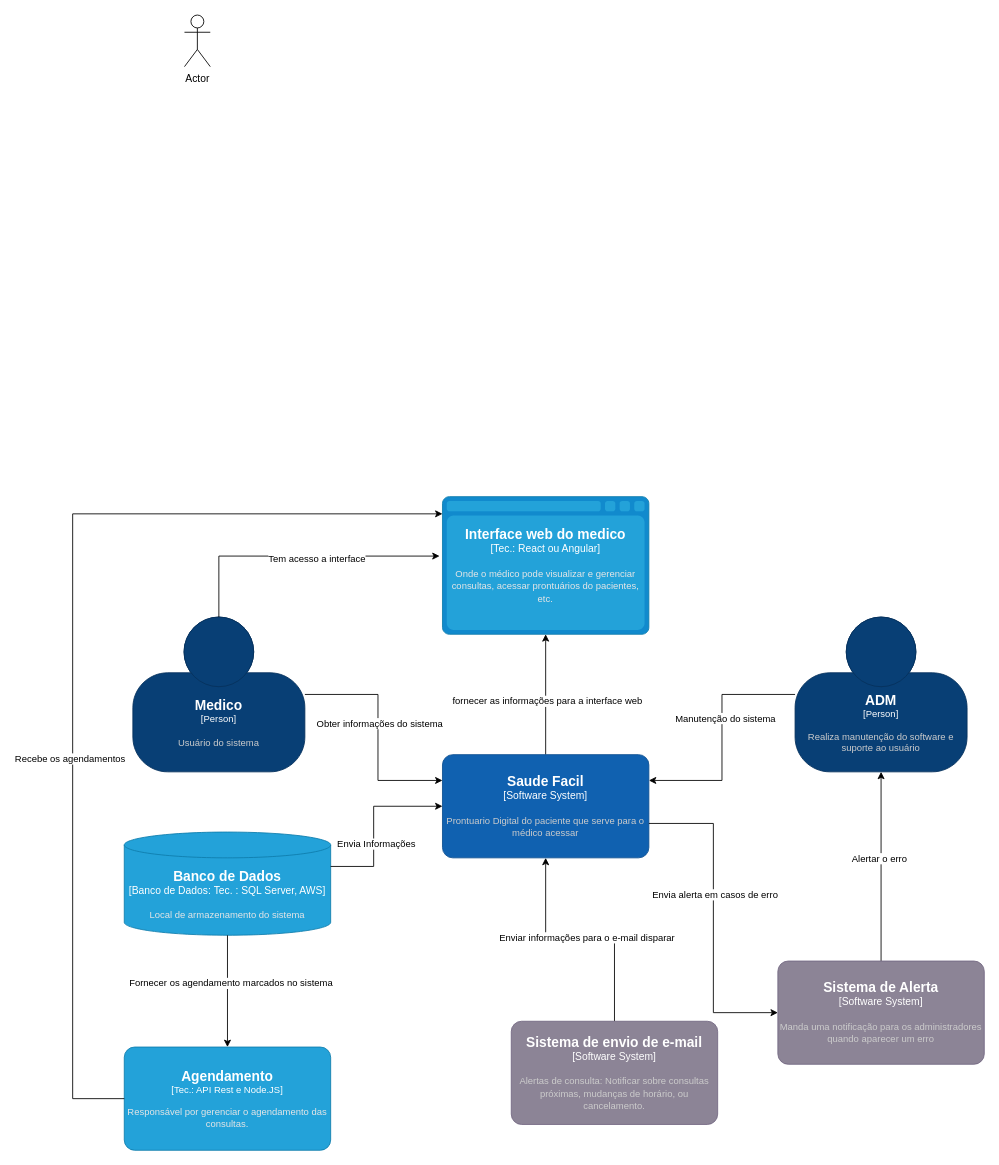
The draw.io diagram Diagrama sem nome.drawio in WillianDametto/PIM-Faculdade, before the edit. Source tidied: cells renumbered, new cells numbered last; positions are measured from the earlier drawing's top-left corner, leaving out a move shared by most shapes. Both pictures are drawn from the tidied source at 86%, with x=0, y=0 at pixel (72, 15).
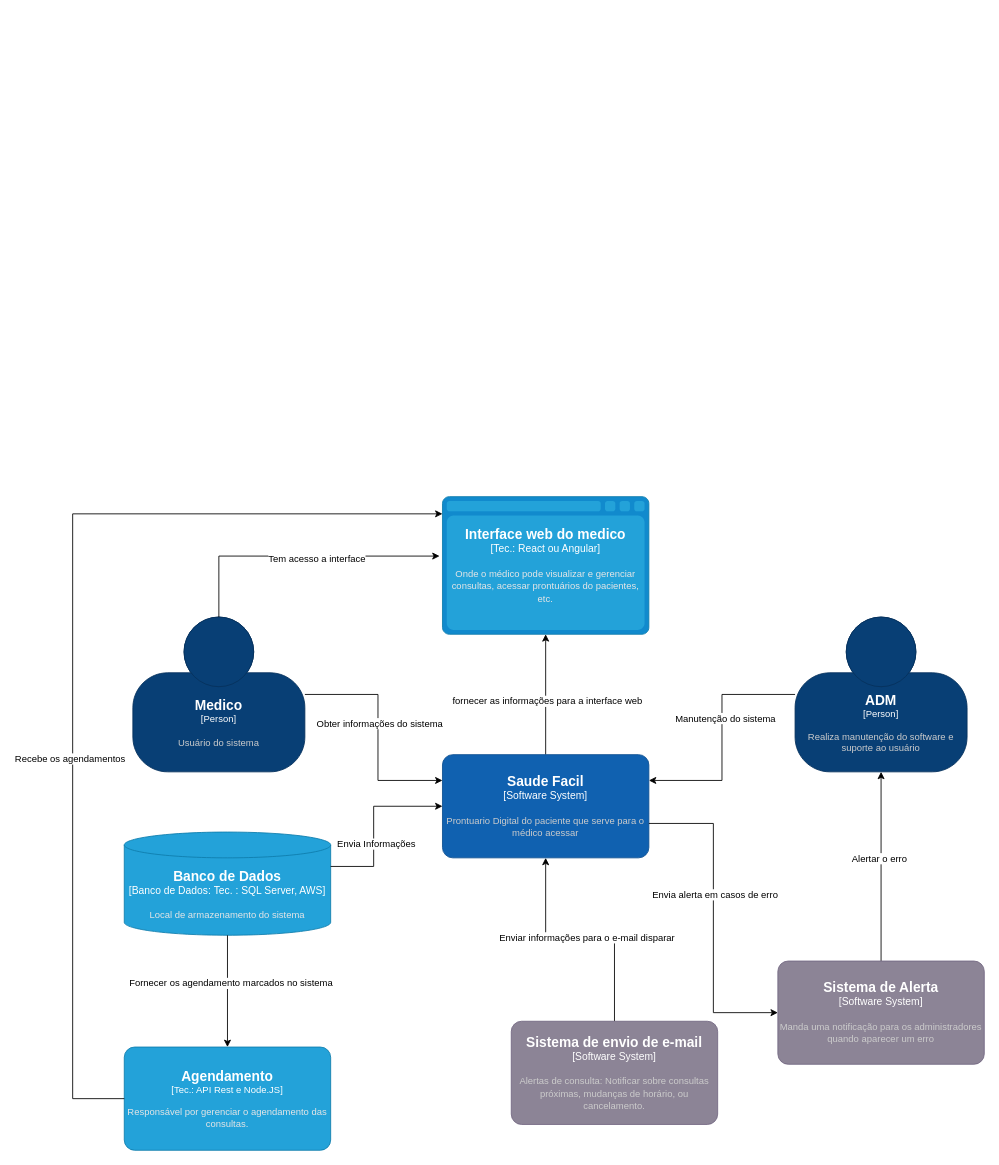
The same diagram, later.

What changed in the source:
```diff
@@
-    <mxCell id="30" value="Actor" style="shape=umlActor;verticalLabelPosition=bottom;verticalAlign=top;html=1;" parent="1" vertex="1">
-      <mxGeometry x="130" width="30" height="60" as="geometry" />
-    </mxCell>
```
